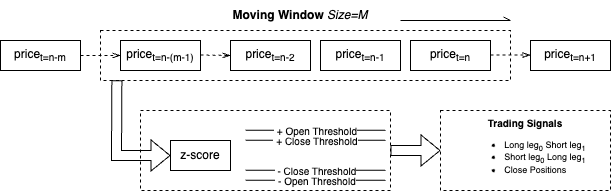
Earlier version of the draw.io export drawio/gridsearch.png (Hongshen-Yang/pair-trading-envs). Source tidied: cells renumbered, new cells last; positions are measured from the earlier drawing's top-left corner, leaving out a move shared by most shapes. Its diagram source:
```xml
<mxGraphModel>
  <root>
    <mxCell id="0" />
    <mxCell id="1" parent="0" />
    <mxCell id="2" style="rounded=0;whiteSpace=wrap;html=1;dashed=1;" parent="1" vertex="1">
      <mxGeometry x="140" y="110" width="250" height="80" as="geometry" />
    </mxCell>
    <mxCell id="3" style="rounded=0;whiteSpace=wrap;html=1;dashed=1;" parent="1" vertex="1">
      <mxGeometry x="100" y="30" width="410" height="50" as="geometry" />
    </mxCell>
    <mxCell id="4" value="price&lt;sub style=&quot;border-color: var(--border-color);&quot;&gt;t=n-2&lt;/sub&gt;" style="rounded=0;whiteSpace=wrap;html=1;" parent="1" vertex="1">
      <mxGeometry x="230" y="40" width="80" height="30" as="geometry" />
    </mxCell>
    <mxCell id="5" value="price&lt;sub style=&quot;border-color: var(--border-color);&quot;&gt;t=n-1&lt;/sub&gt;" style="rounded=0;whiteSpace=wrap;html=1;" parent="1" vertex="1">
      <mxGeometry x="320" y="40" width="80" height="30" as="geometry" />
    </mxCell>
    <mxCell id="6" value="price&lt;sub style=&quot;border-color: var(--border-color);&quot;&gt;t=n&lt;/sub&gt;" style="rounded=0;whiteSpace=wrap;html=1;" parent="1" vertex="1">
      <mxGeometry x="410" y="40" width="80" height="30" as="geometry" />
    </mxCell>
    <mxCell id="7" value="price&lt;sub style=&quot;border-color: var(--border-color);&quot;&gt;t=n+1&lt;/sub&gt;" style="rounded=0;whiteSpace=wrap;html=1;" parent="1" vertex="1">
      <mxGeometry x="530" y="40" width="80" height="30" as="geometry" />
    </mxCell>
    <mxCell id="8" value="price&lt;span style=&quot;border-color: var(--border-color);&quot;&gt;&lt;sub&gt;t=n-(m-1)&lt;/sub&gt;&lt;/span&gt;" style="rounded=0;whiteSpace=wrap;html=1;" parent="1" vertex="1">
      <mxGeometry x="120" y="40" width="80" height="30" as="geometry" />
    </mxCell>
    <mxCell id="9" style="endArrow=openThin;html=1;rounded=0;exitX=1;exitY=0.5;exitDx=0;exitDy=0;dashed=1;endFill=0;entryX=0;entryY=0.5;entryDx=0;entryDy=0;" parent="1" edge="1" source="10" target="8">
      <mxGeometry relative="1" as="geometry" />
    </mxCell>
    <mxCell id="10" value="price&lt;span style=&quot;border-color: var(--border-color);&quot;&gt;&lt;sub&gt;t=n-m&lt;/sub&gt;&lt;/span&gt;" style="rounded=0;whiteSpace=wrap;html=1;" parent="1" vertex="1">
      <mxGeometry y="40" width="80" height="30" as="geometry" />
    </mxCell>
    <mxCell id="11" style="endArrow=openThin;html=1;rounded=0;exitX=1;exitY=0.5;exitDx=0;exitDy=0;dashed=1;endFill=0;" parent="1" edge="1">
      <mxGeometry relative="1" as="geometry">
        <mxPoint x="200" y="54.5" as="sourcePoint" />
        <mxPoint x="230" y="55" as="targetPoint" />
      </mxGeometry>
    </mxCell>
    <mxCell id="12" style="endArrow=openThin;html=1;rounded=0;exitX=1;exitY=0.5;exitDx=0;exitDy=0;dashed=1;endFill=0;entryX=0;entryY=0.5;entryDx=0;entryDy=0;" parent="1" edge="1">
      <mxGeometry relative="1" as="geometry">
        <mxPoint x="490" y="54.5" as="sourcePoint" />
        <mxPoint x="530" y="54.5" as="targetPoint" />
      </mxGeometry>
    </mxCell>
    <mxCell id="13" value="Moving Window &lt;span style=&quot;font-weight: normal;&quot;&gt;&lt;i&gt;Size=M&lt;/i&gt;&lt;/span&gt;" style="text;html=1;strokeColor=none;fillColor=none;align=center;verticalAlign=middle;whiteSpace=wrap;rounded=0;fontStyle=1;" parent="1" vertex="1">
      <mxGeometry x="200" width="200" height="30" as="geometry" />
    </mxCell>
    <mxCell id="14" value="z-score" style="rounded=0;whiteSpace=wrap;html=1;" parent="1" vertex="1">
      <mxGeometry x="170" y="140" width="60" height="30" as="geometry" />
    </mxCell>
    <mxCell id="15" value="&amp;nbsp;+ Close Threshold" style="endArrow=none;html=1;rounded=0;fontSize=10;" parent="1" edge="1">
      <mxGeometry relative="1" as="geometry">
        <mxPoint x="245" y="139.7" as="sourcePoint" />
        <mxPoint x="385" y="139.7" as="targetPoint" />
      </mxGeometry>
    </mxCell>
    <mxCell id="16" value="&amp;nbsp;- Close Threshold" style="endArrow=none;html=1;rounded=0;fontSize=10;" parent="1" edge="1">
      <mxGeometry relative="1" as="geometry">
        <mxPoint x="245" y="169.7" as="sourcePoint" />
        <mxPoint x="385" y="169.7" as="targetPoint" />
      </mxGeometry>
    </mxCell>
    <mxCell id="17" value="&amp;nbsp;- Open Threshold" style="endArrow=none;html=1;rounded=0;fontSize=10;" parent="1" edge="1">
      <mxGeometry relative="1" as="geometry">
        <mxPoint x="245" y="179.7" as="sourcePoint" />
        <mxPoint x="385" y="179.7" as="targetPoint" />
      </mxGeometry>
    </mxCell>
    <mxCell id="18" value="&amp;nbsp;+ Open Threshold" style="endArrow=none;html=1;rounded=0;fontSize=10;" parent="1" edge="1">
      <mxGeometry relative="1" as="geometry">
        <mxPoint x="245" y="129.7" as="sourcePoint" />
        <mxPoint x="385" y="129.7" as="targetPoint" />
      </mxGeometry>
    </mxCell>
    <mxCell id="19" style="curved=1;endArrow=openThin;html=1;rounded=0;exitX=0.04;exitY=0.993;exitDx=0;exitDy=0;endFill=0;entryX=0;entryY=0.5;entryDx=0;entryDy=0;shape=flexArrow;exitPerimeter=0;" parent="1" edge="1" source="3" target="14">
      <mxGeometry relative="1" as="geometry">
        <Array as="points">
          <mxPoint x="116" y="155" />
        </Array>
      </mxGeometry>
    </mxCell>
    <mxCell id="20" style="shape=flexArrow;endArrow=classic;html=1;rounded=0;exitX=1;exitY=0.5;exitDx=0;exitDy=0;entryX=0;entryY=0.5;entryDx=0;entryDy=0;" parent="1" edge="1" source="2" target="21">
      <mxGeometry relative="1" as="geometry" />
    </mxCell>
    <mxCell id="21" value="&lt;font style=&quot;&quot;&gt;&lt;b style=&quot;&quot;&gt;&lt;font style=&quot;font-size: 10px;&quot;&gt;Trading Signals&lt;/font&gt;&lt;/b&gt;&lt;br&gt;&lt;/font&gt;&lt;ul style=&quot;font-size: 9px;&quot;&gt;&lt;li style=&quot;text-align: left;&quot;&gt;&lt;font style=&quot;font-size: 9px;&quot;&gt;Long leg&lt;sub&gt;0&lt;/sub&gt; Short leg&lt;sub&gt;1&lt;/sub&gt;&lt;/font&gt;&lt;/li&gt;&lt;li style=&quot;text-align: left;&quot;&gt;&lt;font style=&quot;font-size: 9px;&quot;&gt;Short leg&lt;sub&gt;0&lt;/sub&gt; Long leg&lt;sub&gt;1&lt;/sub&gt;&lt;br style=&quot;&quot;&gt;&lt;/font&gt;&lt;/li&gt;&lt;li style=&quot;text-align: left;&quot;&gt;&lt;font style=&quot;font-size: 9px;&quot;&gt;Close Positions&lt;/font&gt;&lt;/li&gt;&lt;/ul&gt;" style="rounded=0;whiteSpace=wrap;html=1;dashed=1;" parent="1" vertex="1">
      <mxGeometry x="440" y="110" width="170" height="80" as="geometry" />
    </mxCell>
    <mxCell id="22" style="endArrow=openAsync;html=1;rounded=0;endFill=0;" parent="1" edge="1">
      <mxGeometry relative="1" as="geometry">
        <mxPoint x="400" y="20" as="sourcePoint" />
        <mxPoint x="510" y="20" as="targetPoint" />
      </mxGeometry>
    </mxCell>
  </root>
</mxGraphModel>
```
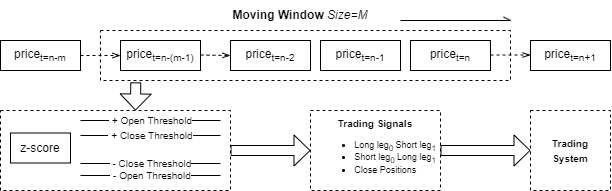
The same file after the commit.

Diff of the diagram source:
```diff
@@ -2,9 +2,6 @@
   <root>
     <mxCell id="0" />
     <mxCell id="1" parent="0" />
-    <mxCell id="2" style="rounded=0;whiteSpace=wrap;html=1;dashed=1;" parent="1" vertex="1">
-      <mxGeometry x="140" y="110" width="250" height="80" as="geometry" />
-    </mxCell>
     <mxCell id="3" style="rounded=0;whiteSpace=wrap;html=1;dashed=1;" parent="1" vertex="1">
       <mxGeometry x="100" y="30" width="410" height="50" as="geometry" />
     </mxCell>
@@ -44,51 +41,63 @@
     <mxCell id="13" value="Moving Window &lt;span style=&quot;font-weight: normal;&quot;&gt;&lt;i&gt;Size=M&lt;/i&gt;&lt;/span&gt;" style="text;html=1;strokeColor=none;fillColor=none;align=center;verticalAlign=middle;whiteSpace=wrap;rounded=0;fontStyle=1;" parent="1" vertex="1">
       <mxGeometry x="200" width="200" height="30" as="geometry" />
     </mxCell>
+    <mxCell id="20" style="shape=flexArrow;endArrow=classic;html=1;rounded=0;exitX=1;exitY=0.5;exitDx=0;exitDy=0;entryX=0;entryY=0.5;entryDx=0;entryDy=0;startSize=3;endSize=5;" parent="1" edge="1" source="2" target="21">
+      <mxGeometry relative="1" as="geometry" />
+    </mxCell>
+    <mxCell id="21" value="&lt;font style=&quot;&quot;&gt;&lt;b style=&quot;&quot;&gt;&lt;font style=&quot;font-size: 10px;&quot;&gt;Trading Signals&lt;/font&gt;&lt;/b&gt;&lt;br&gt;&lt;/font&gt;&lt;ul style=&quot;font-size: 9px;&quot;&gt;&lt;li style=&quot;text-align: left;&quot;&gt;&lt;font style=&quot;font-size: 9px;&quot;&gt;Long leg&lt;sub&gt;0&lt;/sub&gt; Short leg&lt;sub&gt;1&lt;/sub&gt;&lt;/font&gt;&lt;/li&gt;&lt;li style=&quot;text-align: left;&quot;&gt;&lt;font style=&quot;font-size: 9px;&quot;&gt;Short leg&lt;sub&gt;0&lt;/sub&gt; Long leg&lt;sub&gt;1&lt;/sub&gt;&lt;br style=&quot;&quot;&gt;&lt;/font&gt;&lt;/li&gt;&lt;li style=&quot;text-align: left;&quot;&gt;&lt;font style=&quot;font-size: 9px;&quot;&gt;Close Positions&lt;/font&gt;&lt;/li&gt;&lt;/ul&gt;" style="rounded=0;whiteSpace=wrap;html=1;dashed=1;" parent="1" vertex="1">
+      <mxGeometry x="310" y="110" width="130" height="80" as="geometry" />
+    </mxCell>
+    <mxCell id="22" style="endArrow=openAsync;html=1;rounded=0;endFill=0;" parent="1" edge="1">
+      <mxGeometry relative="1" as="geometry">
+        <mxPoint x="400" y="20" as="sourcePoint" />
+        <mxPoint x="510" y="20" as="targetPoint" />
+      </mxGeometry>
+    </mxCell>
+    <mxCell id="23" style="shape=flexArrow;endArrow=classic;html=1;rounded=0;startSize=3;endSize=5;" parent="1" edge="1" source="21">
+      <mxGeometry relative="1" as="geometry">
+        <mxPoint x="530" y="150" as="targetPoint" />
+      </mxGeometry>
+    </mxCell>
+    <mxCell id="24" value="&lt;span style=&quot;font-size: 10px;&quot;&gt;&lt;b&gt;Trading&lt;br&gt;System&lt;/b&gt;&lt;/span&gt;" style="rounded=0;whiteSpace=wrap;html=1;dashed=1;" parent="1" vertex="1">
+      <mxGeometry x="530" y="110" width="80" height="80" as="geometry" />
+    </mxCell>
+    <mxCell id="25" style="shape=flexArrow;endArrow=classic;html=1;rounded=0;exitX=0.086;exitY=1.037;exitDx=0;exitDy=0;startSize=3;endSize=5;exitPerimeter=0;" parent="1" edge="1" source="3">
+      <mxGeometry relative="1" as="geometry">
+        <mxPoint x="135" y="110" as="targetPoint" />
+      </mxGeometry>
+    </mxCell>
+    <mxCell id="26" style="group;" parent="1" vertex="1">
+      <mxGeometry y="110" width="230" height="80" as="geometry" />
+    </mxCell>
+    <mxCell id="2" style="rounded=0;whiteSpace=wrap;html=1;dashed=1;" parent="26" vertex="1">
+      <mxGeometry width="230" height="80" as="geometry" />
+    </mxCell>
-    <mxCell id="14" value="z-score" style="rounded=0;whiteSpace=wrap;html=1;" parent="1" vertex="1">
-      <mxGeometry x="170" y="140" width="60" height="30" as="geometry" />
+    <mxCell id="14" value="z-score" style="rounded=0;whiteSpace=wrap;html=1;" parent="26" vertex="1">
+      <mxGeometry x="10" y="22.5" width="60" height="30" as="geometry" />
     </mxCell>
-    <mxCell id="15" value="&amp;nbsp;+ Close Threshold" style="endArrow=none;html=1;rounded=0;fontSize=10;" parent="1" edge="1">
+    <mxCell id="15" value="&amp;nbsp;+ Close Threshold" style="endArrow=none;html=1;rounded=0;fontSize=10;" parent="26" edge="1">
       <mxGeometry relative="1" as="geometry">
-        <mxPoint x="245" y="139.7" as="sourcePoint" />
-        <mxPoint x="385" y="139.7" as="targetPoint" />
+        <mxPoint x="80" y="25" as="sourcePoint" />
+        <mxPoint x="220" y="25" as="targetPoint" />
       </mxGeometry>
     </mxCell>
-    <mxCell id="16" value="&amp;nbsp;- Close Threshold" style="endArrow=none;html=1;rounded=0;fontSize=10;" parent="1" edge="1">
+    <mxCell id="16" value="&amp;nbsp;- Close Threshold" style="endArrow=none;html=1;rounded=0;fontSize=10;" parent="26" edge="1">
       <mxGeometry relative="1" as="geometry">
-        <mxPoint x="245" y="169.7" as="sourcePoint" />
-        <mxPoint x="385" y="169.7" as="targetPoint" />
+        <mxPoint x="80" y="53" as="sourcePoint" />
+        <mxPoint x="220" y="53" as="targetPoint" />
       </mxGeometry>
     </mxCell>
-    <mxCell id="17" value="&amp;nbsp;- Open Threshold" style="endArrow=none;html=1;rounded=0;fontSize=10;" parent="1" edge="1">
+    <mxCell id="17" value="&amp;nbsp;- Open Threshold" style="endArrow=none;html=1;rounded=0;fontSize=10;" parent="26" edge="1">
       <mxGeometry relative="1" as="geometry">
-        <mxPoint x="245" y="179.7" as="sourcePoint" />
-        <mxPoint x="385" y="179.7" as="targetPoint" />
+        <mxPoint x="80" y="65" as="sourcePoint" />
+        <mxPoint x="220" y="65" as="targetPoint" />
       </mxGeometry>
     </mxCell>
-    <mxCell id="18" value="&amp;nbsp;+ Open Threshold" style="endArrow=none;html=1;rounded=0;fontSize=10;" parent="1" edge="1">
+    <mxCell id="18" value="&amp;nbsp;+ Open Threshold" style="endArrow=none;html=1;rounded=0;fontSize=10;" parent="26" edge="1">
       <mxGeometry relative="1" as="geometry">
-        <mxPoint x="245" y="129.7" as="sourcePoint" />
-        <mxPoint x="385" y="129.7" as="targetPoint" />
+        <mxPoint x="80" y="10" as="sourcePoint" />
+        <mxPoint x="220" y="10" as="targetPoint" />
       </mxGeometry>
     </mxCell>
-    <mxCell id="19" style="curved=1;endArrow=openThin;html=1;rounded=0;exitX=0.04;exitY=0.993;exitDx=0;exitDy=0;endFill=0;entryX=0;entryY=0.5;entryDx=0;entryDy=0;shape=flexArrow;exitPerimeter=0;" parent="1" edge="1" source="3" target="14">
-      <mxGeometry relative="1" as="geometry">
-        <Array as="points">
-          <mxPoint x="116" y="155" />
-        </Array>
-      </mxGeometry>
-    </mxCell>
-    <mxCell id="20" style="shape=flexArrow;endArrow=classic;html=1;rounded=0;exitX=1;exitY=0.5;exitDx=0;exitDy=0;entryX=0;entryY=0.5;entryDx=0;entryDy=0;" parent="1" edge="1" source="2" target="21">
-      <mxGeometry relative="1" as="geometry" />
-    </mxCell>
-    <mxCell id="21" value="&lt;font style=&quot;&quot;&gt;&lt;b style=&quot;&quot;&gt;&lt;font style=&quot;font-size: 10px;&quot;&gt;Trading Signals&lt;/font&gt;&lt;/b&gt;&lt;br&gt;&lt;/font&gt;&lt;ul style=&quot;font-size: 9px;&quot;&gt;&lt;li style=&quot;text-align: left;&quot;&gt;&lt;font style=&quot;font-size: 9px;&quot;&gt;Long leg&lt;sub&gt;0&lt;/sub&gt; Short leg&lt;sub&gt;1&lt;/sub&gt;&lt;/font&gt;&lt;/li&gt;&lt;li style=&quot;text-align: left;&quot;&gt;&lt;font style=&quot;font-size: 9px;&quot;&gt;Short leg&lt;sub&gt;0&lt;/sub&gt; Long leg&lt;sub&gt;1&lt;/sub&gt;&lt;br style=&quot;&quot;&gt;&lt;/font&gt;&lt;/li&gt;&lt;li style=&quot;text-align: left;&quot;&gt;&lt;font style=&quot;font-size: 9px;&quot;&gt;Close Positions&lt;/font&gt;&lt;/li&gt;&lt;/ul&gt;" style="rounded=0;whiteSpace=wrap;html=1;dashed=1;" parent="1" vertex="1">
-      <mxGeometry x="440" y="110" width="170" height="80" as="geometry" />
-    </mxCell>
-    <mxCell id="22" style="endArrow=openAsync;html=1;rounded=0;endFill=0;" parent="1" edge="1">
-      <mxGeometry relative="1" as="geometry">
-        <mxPoint x="400" y="20" as="sourcePoint" />
-        <mxPoint x="510" y="20" as="targetPoint" />
-      </mxGeometry>
-    </mxCell>
   </root>
 </mxGraphModel>
```
